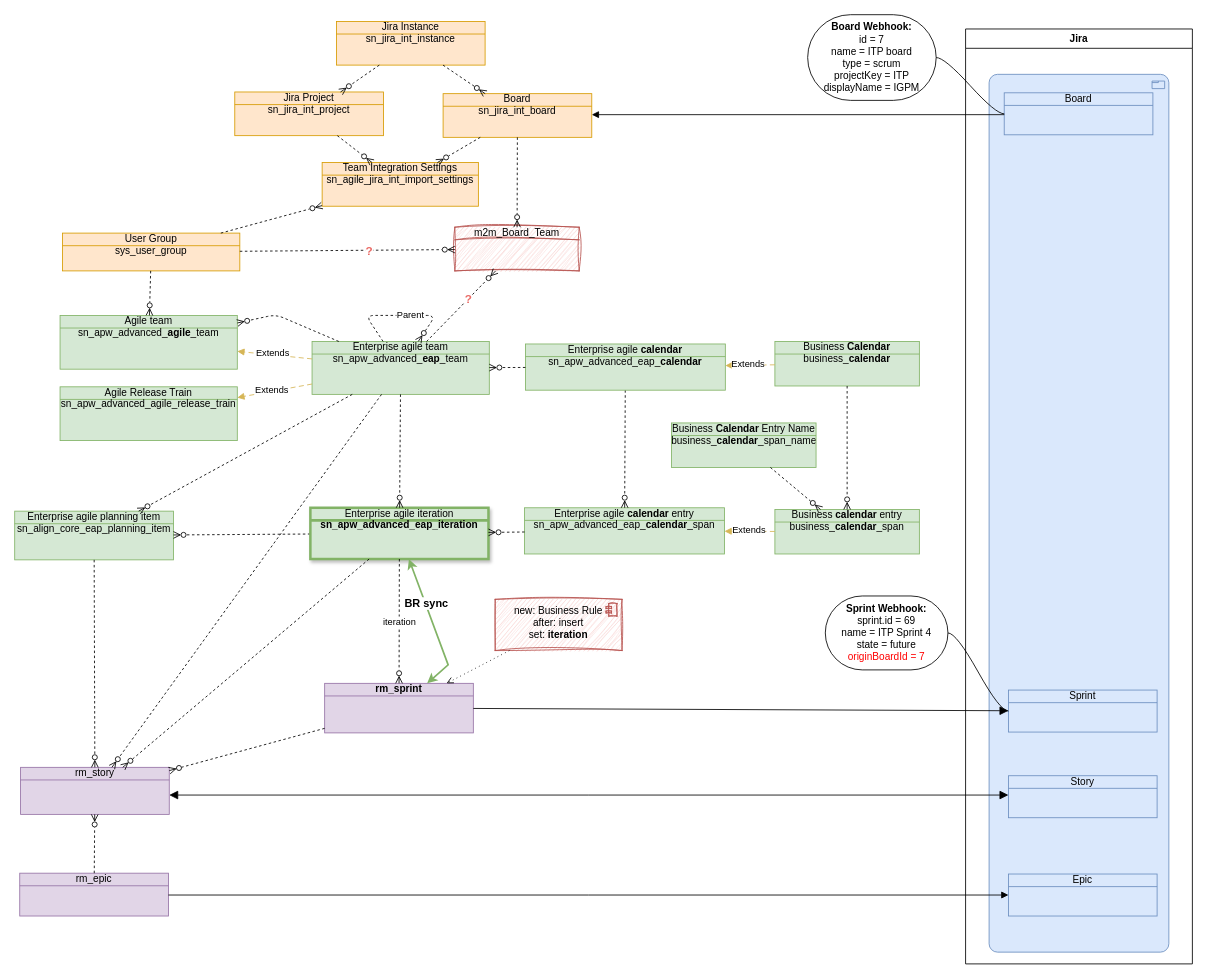
This is BoschEAP.drawio from algimas/tmp, a draw.io file, before an edit. Source tidied: cells renumbered, new cells numbered last; positions are measured from the earlier drawing's top-left corner, leaving out a move shared by most shapes. Both pictures are drawn from the tidied source at 84%, with x=0, y=0 at pixel (14, 14).
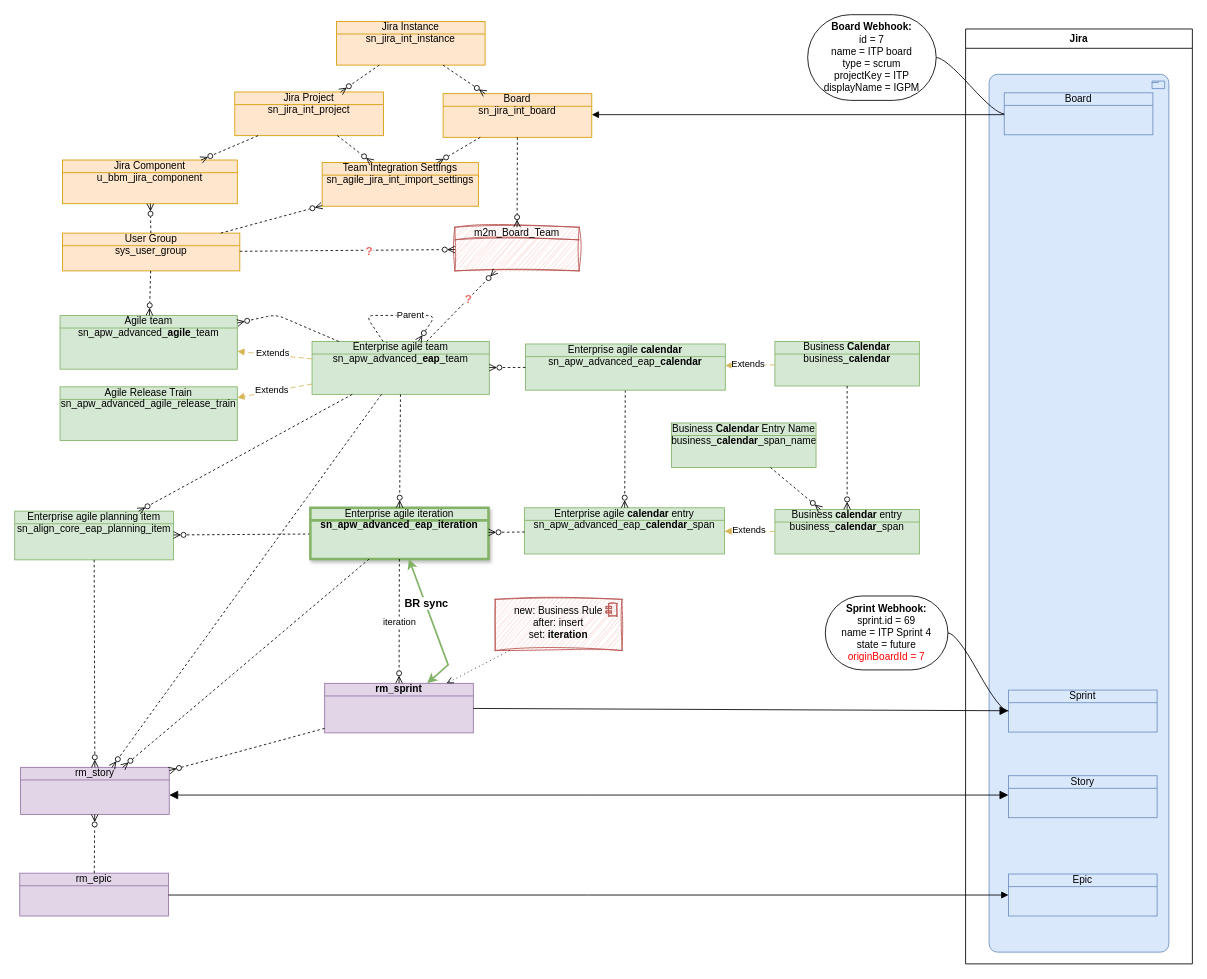
The same diagram, later.

Unchanged cells that the change refers to:
```xml
<mxCell id="34" value="User Group&lt;div&gt;sys_user_group&lt;/div&gt;" style="html=1;outlineConnect=0;whiteSpace=wrap;fillColor=#ffe6cc;shape=mxgraph.archimate3.businessObject;overflow=fill;strokeColor=#d79b00;" parent="1" vertex="1">
  <mxGeometry x="57" y="260" width="211" height="45" as="geometry" />
</mxCell>
<mxCell id="44" value="Jira Project&lt;div&gt;sn_jira_int_project&lt;/div&gt;" style="html=1;outlineConnect=0;whiteSpace=wrap;fillColor=#ffe6cc;shape=mxgraph.archimate3.businessObject;overflow=fill;strokeColor=#d79b00;" parent="1" vertex="1">
  <mxGeometry x="262" y="92" width="177" height="52" as="geometry" />
</mxCell>
```

Change to the diagram source:
```diff
@@
+    <mxCell id="76" value="Jira Component&lt;div&gt;u_bbm_jira_component&lt;/div&gt;" style="html=1;outlineConnect=0;whiteSpace=wrap;fillColor=#ffe6cc;shape=mxgraph.archimate3.businessObject;overflow=fill;strokeColor=#d79b00;" parent="1" vertex="1">
+      <mxGeometry x="57" y="173" width="208" height="52" as="geometry" />
+    </mxCell>
+    <mxCell id="77" style="html=1;dashed=1;labelBackgroundColor=none;startArrow=none;endArrow=ERzeroToMany;fontFamily=Verdana;fontSize=12;align=left;startFill=0;endFill=0;" parent="1" edge="1" source="34" target="76">
+      <mxGeometry relative="1" as="geometry" />
+    </mxCell>
+    <mxCell id="78" style="html=1;dashed=1;labelBackgroundColor=none;startArrow=none;endArrow=ERzeroToMany;fontFamily=Verdana;fontSize=12;align=left;startFill=0;endFill=0;" parent="1" edge="1" source="44" target="76">
+      <mxGeometry relative="1" as="geometry" />
+    </mxCell>
```
